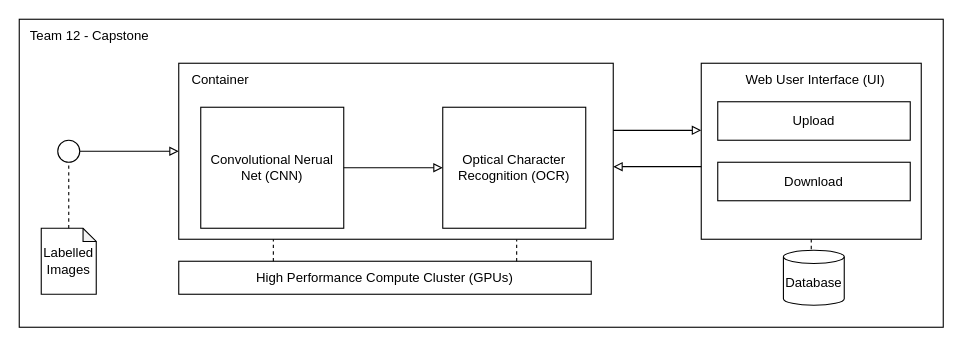
Above: page "Logical" (1 of 2) of docs/other/architecture_0.drawio in joehiggi/siads-699 (draw.io), before the change. Source tidied: cells renumbered, new cells numbered last; positions are measured from the earlier drawing's top-left corner, leaving out a move shared by most shapes. Both pictures are drawn from the tidied source at 110%, with x=0, y=0 at pixel (19, 19).
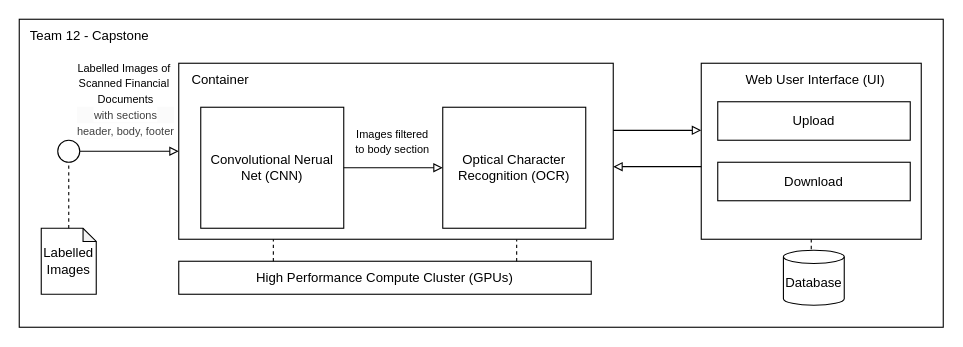
Above is the later version.

The change refers to these unchanged cells:
```xml
<mxCell id="2" style="group;" parent="1" vertex="1">
  <mxGeometry width="840" height="280" as="geometry" />
</mxCell>
```

What changed in the source:
```diff
@@
+    <mxCell id="25" value="&lt;font style=&quot;font-size: 10px;&quot;&gt;&lt;span style=&quot;color: rgb(0, 0, 0); font-family: Helvetica; font-style: normal; font-variant-ligatures: normal; font-variant-caps: normal; font-weight: 400; letter-spacing: normal; orphans: 2; text-indent: 0px; text-transform: none; widows: 2; word-spacing: 0px; -webkit-text-stroke-width: 0px; white-space: nowrap; background-color: rgb(255, 255, 255); text-decoration-thickness: initial; text-decoration-style: initial; text-decoration-color: initial; float: none; display: inline !important;&quot;&gt;Labelled&amp;nbsp;&lt;/span&gt;&lt;span style=&quot;background-color: light-dark(rgb(255, 255, 255), rgb(18, 18, 18)); text-wrap-mode: nowrap;&quot;&gt;Images of&amp;nbsp;&lt;/span&gt;&lt;/font&gt;&lt;div&gt;&lt;span style=&quot;color: rgb(0, 0, 0); font-family: Helvetica; font-style: normal; font-variant-ligatures: normal; font-variant-caps: normal; font-weight: 400; letter-spacing: normal; orphans: 2; text-indent: 0px; text-transform: none; widows: 2; word-spacing: 0px; -webkit-text-stroke-width: 0px; white-space: nowrap; background-color: rgb(255, 255, 255); text-decoration-thickness: initial; text-decoration-style: initial; text-decoration-color: initial; float: none; display: inline !important;&quot;&gt;&lt;font style=&quot;font-size: 10px;&quot;&gt;Scanned Financial&amp;nbsp;&lt;/font&gt;&lt;/span&gt;&lt;/div&gt;&lt;div&gt;&lt;span style=&quot;color: rgb(0, 0, 0); font-family: Helvetica; font-style: normal; font-variant-ligatures: normal; font-variant-caps: normal; font-weight: 400; letter-spacing: normal; orphans: 2; text-indent: 0px; text-transform: none; widows: 2; word-spacing: 0px; -webkit-text-stroke-width: 0px; white-space: nowrap; background-color: rgb(255, 255, 255); text-decoration-thickness: initial; text-decoration-style: initial; text-decoration-color: initial; float: none; display: inline !important;&quot;&gt;&lt;font style=&quot;font-size: 10px;&quot;&gt;Documents&lt;br&gt;&lt;div style=&quot;color: rgb(63, 63, 63); scrollbar-color: rgb(226, 226, 226) rgb(251, 251, 251); font-size: 12px; text-wrap-mode: wrap; background-color: rgb(251, 251, 251);&quot;&gt;&lt;span style=&quot;color: rgb(63, 63, 63); scrollbar-color: rgb(226, 226, 226) rgb(251, 251, 251); text-wrap-mode: nowrap; background-color: rgb(255, 255, 255);&quot;&gt;&lt;font style=&quot;color: rgb(63, 63, 63); scrollbar-color: rgb(226, 226, 226) rgb(251, 251, 251); font-size: 10px;&quot;&gt;with sections&lt;/font&gt;&lt;/span&gt;&lt;/div&gt;&lt;div style=&quot;color: rgb(63, 63, 63); scrollbar-color: rgb(226, 226, 226) rgb(251, 251, 251); font-size: 12px; text-wrap-mode: wrap; background-color: rgb(251, 251, 251);&quot;&gt;&lt;span style=&quot;color: rgb(63, 63, 63); scrollbar-color: rgb(226, 226, 226) rgb(251, 251, 251); text-wrap-mode: nowrap; background-color: rgb(255, 255, 255);&quot;&gt;&lt;font style=&quot;color: rgb(63, 63, 63); scrollbar-color: rgb(226, 226, 226) rgb(251, 251, 251); font-size: 10px;&quot;&gt;header, body, footer&lt;/font&gt;&lt;/span&gt;&lt;/div&gt;&lt;/font&gt;&lt;/span&gt;&lt;/div&gt;" style="text;whiteSpace=wrap;html=1;align=center;" parent="2" vertex="1">
+      <mxGeometry x="62.2" y="30" width="70" height="60" as="geometry" />
+    </mxCell>
@@
+    <mxCell id="26" value="&lt;span style=&quot;font-size: 10px; text-wrap-mode: nowrap; background-color: rgb(255, 255, 255);&quot;&gt;Images filtered&lt;/span&gt;&lt;div&gt;&lt;span style=&quot;font-size: 10px; text-wrap-mode: nowrap; background-color: rgb(255, 255, 255);&quot;&gt;to body section&lt;/span&gt;&lt;/div&gt;" style="text;whiteSpace=wrap;html=1;align=center;" parent="1" vertex="1">
+      <mxGeometry x="307.5" y="90" width="62.5" height="45" as="geometry" />
+    </mxCell>
```
